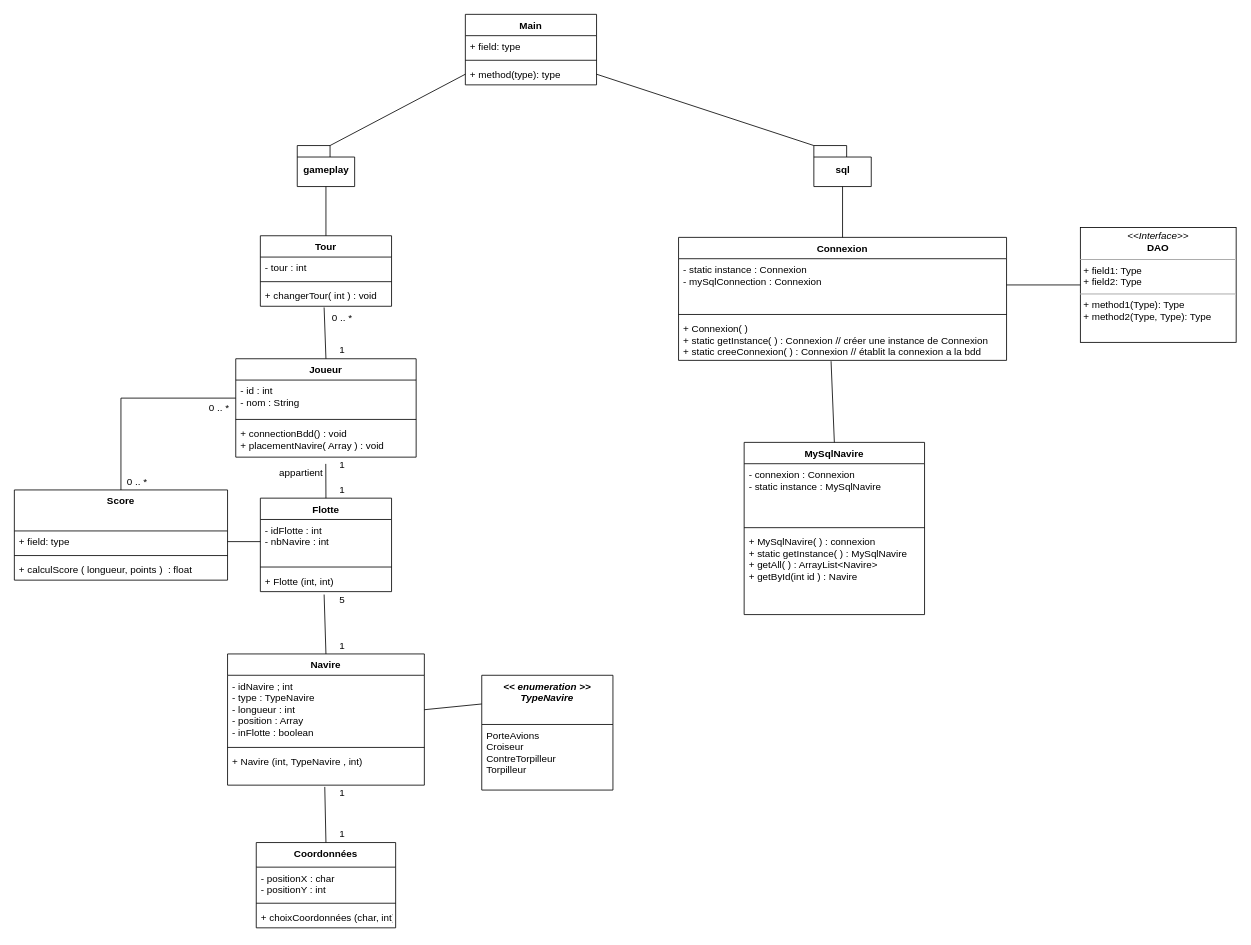
Earlier version of the draw.io diagram diagrammes/uml/diagrammesDeClasses.drawio (Shaxens/Bataille-navale). Source tidied: cells renumbered, new cells numbered last; positions are measured from the earlier drawing's top-left corner, leaving out a move shared by most shapes. Both pictures are drawn from the tidied source at 82%, with x=0, y=0 at pixel (14, 14).
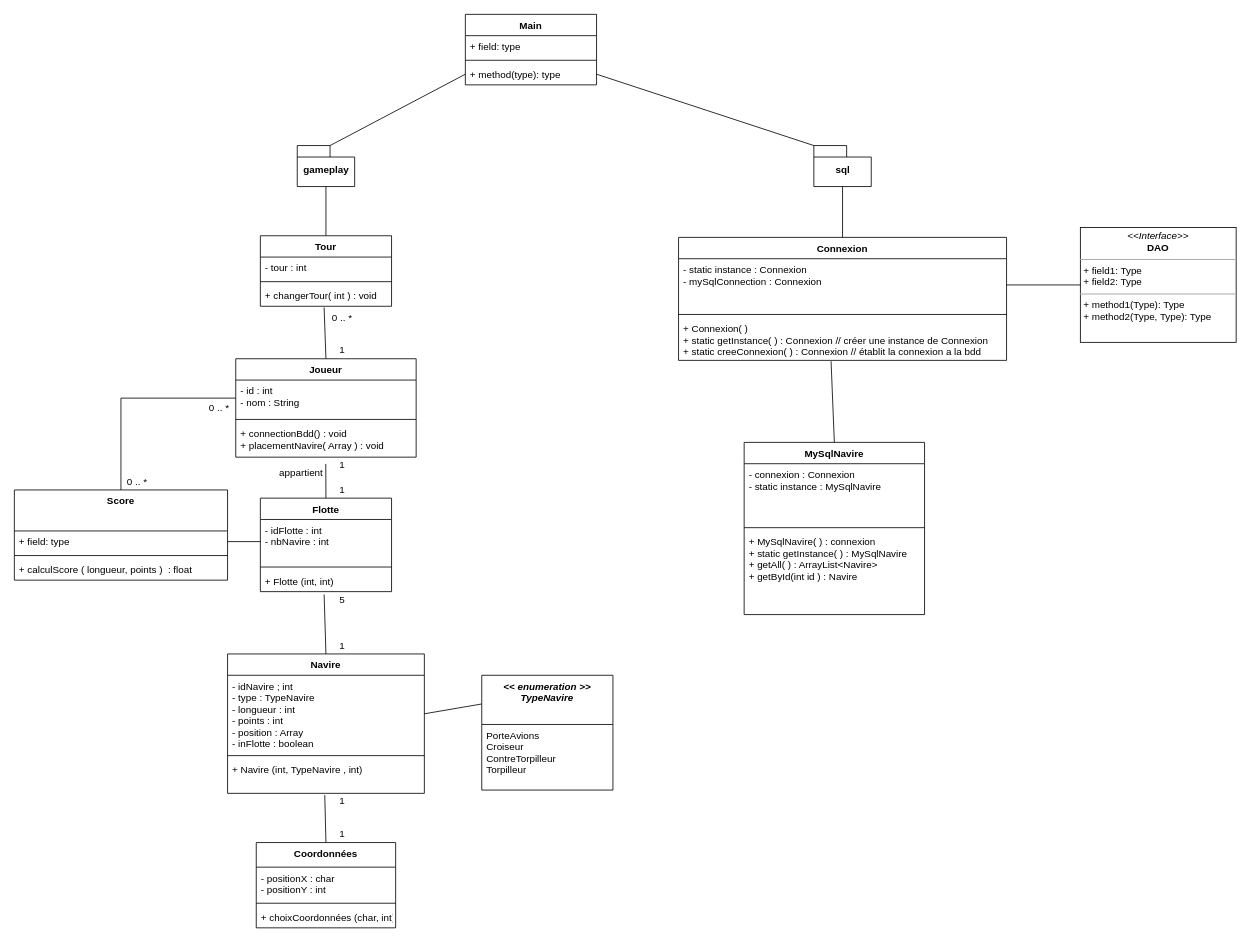
After the change.

Commit message (it also covers changes not shown here):
Initialisation classes Score et Joueur

The edit, as a diff of the source:
```diff
@@
     <mxCell id="2" value="Navire" style="swimlane;fontStyle=1;align=center;verticalAlign=top;horizontal=1;startSize=26;" parent="1" vertex="1">
-      <mxGeometry x="260" y="780" width="240" height="160" as="geometry" />
+      <mxGeometry x="260" y="780" width="240" height="170" as="geometry" />
     </mxCell>
-    <mxCell id="3" value="- idNavire ; int&#10;- type : TypeNavire&#10;- longueur : int&#10;- position : Array&#10;- inFlotte : boolean" style="text;strokeColor=none;fillColor=none;align=left;verticalAlign=top;spacingLeft=4;spacingRight=4;overflow=hidden;points=[[0,0.5],[1,0.5]];portConstraint=eastwest;" parent="2" vertex="1">
-      <mxGeometry y="26" width="240" height="84" as="geometry" />
+    <mxCell id="3" value="- idNavire ; int&#10;- type : TypeNavire&#10;- longueur : int&#10;- points : int&#10;- position : Array&#10;- inFlotte : boolean" style="text;strokeColor=none;fillColor=none;align=left;verticalAlign=top;spacingLeft=4;spacingRight=4;overflow=hidden;points=[[0,0.5],[1,0.5]];portConstraint=eastwest;" parent="2" vertex="1">
+      <mxGeometry y="26" width="240" height="94" as="geometry" />
     </mxCell>
     <mxCell id="4" style="line;strokeWidth=1;fillColor=none;align=left;verticalAlign=middle;spacingTop=-1;spacingLeft=3;spacingRight=3;labelPosition=right;" parent="2" vertex="1">
-      <mxGeometry y="110" width="240" height="8" as="geometry" />
+      <mxGeometry y="120" width="240" height="8" as="geometry" />
     </mxCell>
     <mxCell id="5" value="+ Navire (int, TypeNavire , int)" style="text;strokeColor=none;fillColor=none;align=left;verticalAlign=top;spacingLeft=4;spacingRight=4;overflow=hidden;points=[[0,0.5],[1,0.5]];portConstraint=eastwest;" parent="2" vertex="1">
-      <mxGeometry y="118" width="240" height="42" as="geometry" />
+      <mxGeometry y="128" width="240" height="42" as="geometry" />
     </mxCell>
@@
     <mxCell id="44" value="1" style="text;html=1;strokeColor=none;fillColor=none;align=center;verticalAlign=middle;whiteSpace=wrap;rounded=0;" parent="1" vertex="1">
-      <mxGeometry x="380" y="940" width="40" height="20" as="geometry" />
+      <mxGeometry x="380" y="950" width="40" height="20" as="geometry" />
     </mxCell>
```
